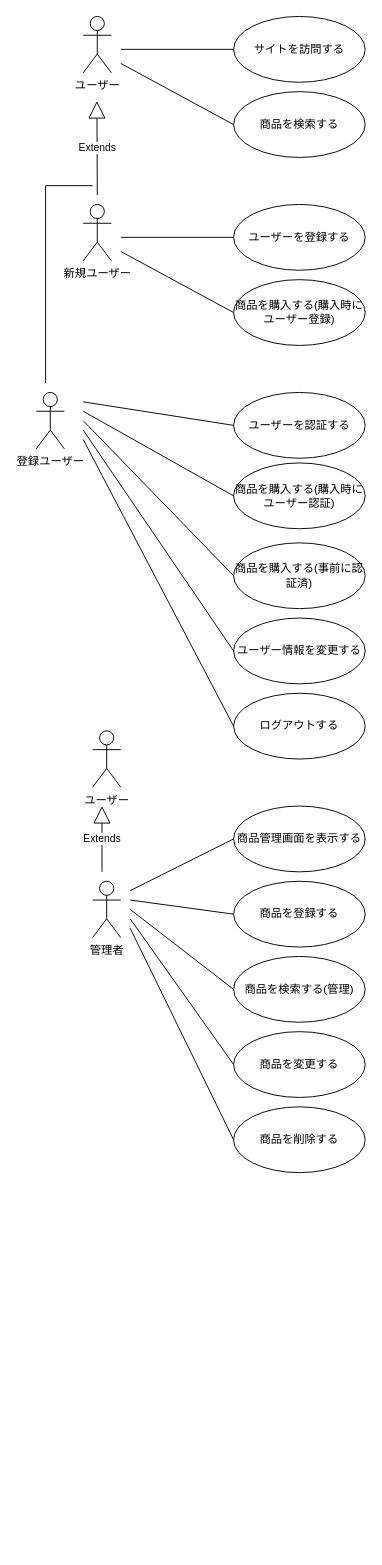
Earlier version of the draw.io diagram 02_概要設計書/ユースケース図/ユースケース図.dio (sealddr/SampleEC-doc). Source tidied: cells renumbered, new cells numbered last; positions are measured from the earlier drawing's top-left corner, leaving out a move shared by most shapes. Both pictures are drawn from the tidied source at 94%, with x=0, y=0 at pixel (36, 16).
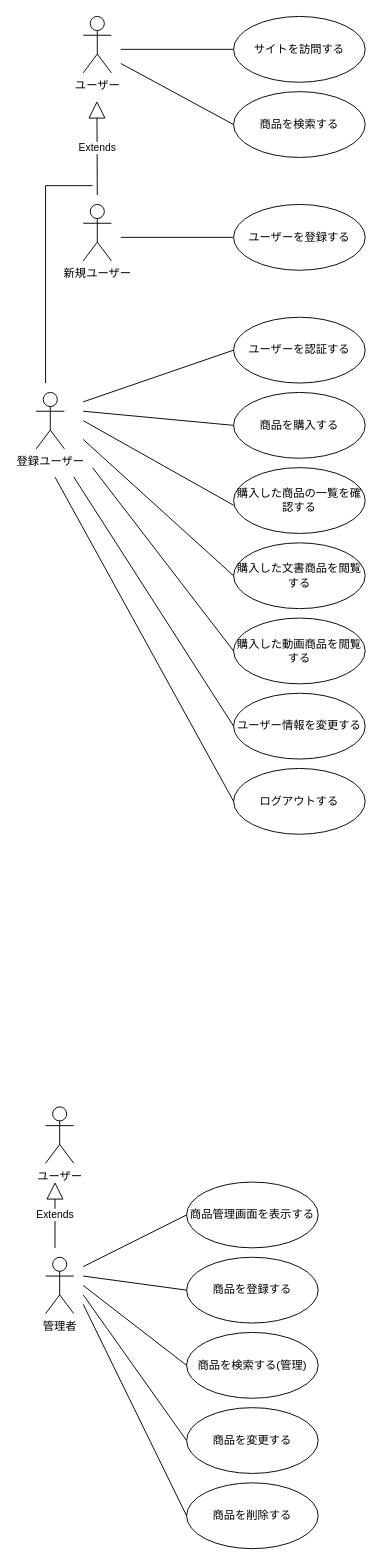
Above is the later version.

Commit message (it also covers changes not shown here):
Updated use case diagram

The edit, as a diff of the source:
```diff
@@
     <mxCell id="4" value="商品を登録する" style="ellipse;whiteSpace=wrap;html=1;" parent="1" vertex="1">
-      <mxGeometry x="210" y="920" width="140" height="70" as="geometry" />
+      <mxGeometry x="160" y="1320" width="140" height="70" as="geometry" />
     </mxCell>
@@
     <mxCell id="6" value="管理者" style="shape=umlActor;verticalLabelPosition=bottom;verticalAlign=top;html=1;" parent="1" vertex="1">
-      <mxGeometry x="60" y="920" width="30" height="60" as="geometry" />
+      <mxGeometry x="10" y="1320" width="30" height="60" as="geometry" />
     </mxCell>
-    <mxCell id="7" value="商品を購入する(購入時にユーザー認証)" style="ellipse;whiteSpace=wrap;html=1;" parent="1" vertex="1">
-      <mxGeometry x="210" y="475" width="140" height="70" as="geometry" />
+    <mxCell id="7" value="商品を購入する" style="ellipse;whiteSpace=wrap;html=1;" parent="1" vertex="1">
+      <mxGeometry x="210" y="400" width="140" height="70" as="geometry" />
     </mxCell>
-    <mxCell id="8" value="商品を購入する(購入時にユーザー登録)" style="ellipse;whiteSpace=wrap;html=1;" parent="1" vertex="1">
-      <mxGeometry x="210" y="280" width="140" height="70" as="geometry" />
-    </mxCell>
@@
     <mxCell id="10" value="ユーザー情報を変更する" style="ellipse;whiteSpace=wrap;html=1;" parent="1" vertex="1">
-      <mxGeometry x="210" y="640" width="140" height="70" as="geometry" />
+      <mxGeometry x="210" y="720" width="140" height="70" as="geometry" />
     </mxCell>
@@
     <mxCell id="12" value="ログアウトする" style="ellipse;whiteSpace=wrap;html=1;" parent="1" vertex="1">
-      <mxGeometry x="210" y="720" width="140" height="70" as="geometry" />
+      <mxGeometry x="210" y="800" width="140" height="70" as="geometry" />
     </mxCell>
@@
     <mxCell id="14" value="ユーザーを認証する" style="ellipse;whiteSpace=wrap;html=1;" parent="1" vertex="1">
-      <mxGeometry x="210" y="400" width="140" height="70" as="geometry" />
+      <mxGeometry x="210" y="320" width="140" height="70" as="geometry" />
     </mxCell>
-    <mxCell id="15" value="商品を購入する(事前に認証済)" style="ellipse;whiteSpace=wrap;html=1;" parent="1" vertex="1">
-      <mxGeometry x="210" y="560" width="140" height="70" as="geometry" />
-    </mxCell>
@@
-    <mxCell id="20" style="endArrow=none;html=1;entryX=0;entryY=0.5;entryDx=0;entryDy=0;" parent="1" edge="1" target="8">
-      <mxGeometry relative="1" as="geometry">
-        <mxPoint x="90" y="250" as="sourcePoint" />
-      </mxGeometry>
-    </mxCell>
@@
-    <mxCell id="23" style="endArrow=none;html=1;entryX=0;entryY=0.5;entryDx=0;entryDy=0;" parent="1" edge="1" target="15">
+    <mxCell id="23" style="endArrow=none;html=1;" parent="1" edge="1">
       <mxGeometry relative="1" as="geometry">
         <mxPoint x="50" y="430" as="sourcePoint" />
+        <mxPoint x="210" y="520" as="targetPoint" />
       </mxGeometry>
     </mxCell>
     <mxCell id="24" style="endArrow=none;html=1;entryX=0;entryY=0.5;entryDx=0;entryDy=0;" parent="1" edge="1" target="10">
       <mxGeometry relative="1" as="geometry">
-        <mxPoint x="50" y="440" as="sourcePoint" />
+        <mxPoint x="40" y="490" as="sourcePoint" />
       </mxGeometry>
     </mxCell>
     <mxCell id="25" style="endArrow=none;html=1;entryX=0;entryY=0.5;entryDx=0;entryDy=0;" parent="1" edge="1" target="12">
       <mxGeometry relative="1" as="geometry">
-        <mxPoint x="50" y="450" as="sourcePoint" />
+        <mxPoint x="20" y="490" as="sourcePoint" />
       </mxGeometry>
     </mxCell>
     <mxCell id="26" style="endArrow=none;html=1;entryX=0;entryY=0.5;entryDx=0;entryDy=0;" parent="1" edge="1" target="4">
       <mxGeometry relative="1" as="geometry">
-        <mxPoint x="100" y="940" as="sourcePoint" />
+        <mxPoint x="50" y="1340" as="sourcePoint" />
       </mxGeometry>
     </mxCell>
@@
     <mxCell id="29" value="商品を変更する" style="ellipse;whiteSpace=wrap;html=1;" parent="1" vertex="1">
-      <mxGeometry x="210" y="1080" width="140" height="70" as="geometry" />
+      <mxGeometry x="160" y="1480" width="140" height="70" as="geometry" />
     </mxCell>
     <mxCell id="30" value="商品を削除する" style="ellipse;whiteSpace=wrap;html=1;" parent="1" vertex="1">
-      <mxGeometry x="210" y="1160" width="140" height="70" as="geometry" />
+      <mxGeometry x="160" y="1560" width="140" height="70" as="geometry" />
     </mxCell>
     <mxCell id="31" style="endArrow=none;html=1;entryX=0;entryY=0.5;entryDx=0;entryDy=0;" parent="1" edge="1" target="29">
       <mxGeometry relative="1" as="geometry">
-        <mxPoint x="100" y="960" as="sourcePoint" />
+        <mxPoint x="50" y="1360" as="sourcePoint" />
       </mxGeometry>
     </mxCell>
     <mxCell id="32" style="endArrow=none;html=1;entryX=0;entryY=0.5;entryDx=0;entryDy=0;" parent="1" edge="1" target="30">
       <mxGeometry relative="1" as="geometry">
-        <mxPoint x="100" y="970" as="sourcePoint" />
+        <mxPoint x="50" y="1370" as="sourcePoint" />
       </mxGeometry>
     </mxCell>
     <mxCell id="33" value="商品を検索する(管理)" style="ellipse;whiteSpace=wrap;html=1;" parent="1" vertex="1">
-      <mxGeometry x="210" y="1000" width="140" height="70" as="geometry" />
+      <mxGeometry x="160" y="1400" width="140" height="70" as="geometry" />
     </mxCell>
     <mxCell id="34" style="endArrow=none;html=1;entryX=0;entryY=0.5;entryDx=0;entryDy=0;" parent="1" edge="1" target="33">
       <mxGeometry relative="1" as="geometry">
-        <mxPoint x="100" y="950" as="sourcePoint" />
+        <mxPoint x="50" y="1350" as="sourcePoint" />
       </mxGeometry>
     </mxCell>
     <mxCell id="35" value="ユーザー" style="shape=umlActor;verticalLabelPosition=bottom;verticalAlign=top;html=1;" parent="1" vertex="1">
-      <mxGeometry x="60" y="760" width="30" height="60" as="geometry" />
+      <mxGeometry x="10" y="1160" width="30" height="60" as="geometry" />
     </mxCell>
     <mxCell id="36" value="Extends" style="endArrow=block;endSize=16;endFill=0;html=1;" parent="1" edge="1">
       <mxGeometry relative="1" as="geometry">
-        <mxPoint x="70" y="910" as="sourcePoint" />
-        <mxPoint x="70" y="840" as="targetPoint" />
+        <mxPoint x="20" y="1310" as="sourcePoint" />
+        <mxPoint x="20" y="1240" as="targetPoint" />
       </mxGeometry>
     </mxCell>
     <mxCell id="37" value="商品管理画面を表示する" style="ellipse;whiteSpace=wrap;html=1;" parent="1" vertex="1">
-      <mxGeometry x="210" y="840" width="140" height="70" as="geometry" />
+      <mxGeometry x="160" y="1240" width="140" height="70" as="geometry" />
     </mxCell>
     <mxCell id="38" style="endArrow=none;html=1;entryX=0;entryY=0.5;entryDx=0;entryDy=0;" parent="1" edge="1" target="37">
       <mxGeometry relative="1" as="geometry">
-        <mxPoint x="100" y="930" as="sourcePoint" />
+        <mxPoint x="50" y="1330" as="sourcePoint" />
       </mxGeometry>
     </mxCell>
+    <mxCell id="39" value="購入した商品の一覧を確認する" style="ellipse;whiteSpace=wrap;html=1;" parent="1" vertex="1">
+      <mxGeometry x="210" y="480" width="140" height="70" as="geometry" />
+    </mxCell>
+    <mxCell id="40" value="購入した文書商品を閲覧する" style="ellipse;whiteSpace=wrap;html=1;" parent="1" vertex="1">
+      <mxGeometry x="210" y="560" width="140" height="70" as="geometry" />
+    </mxCell>
+    <mxCell id="41" value="購入した動画商品を閲覧する" style="ellipse;whiteSpace=wrap;html=1;" parent="1" vertex="1">
+      <mxGeometry x="210" y="640" width="140" height="70" as="geometry" />
+    </mxCell>
+    <mxCell id="42" style="endArrow=none;html=1;entryX=0;entryY=0.5;entryDx=0;entryDy=0;" parent="1" edge="1" target="40">
+      <mxGeometry relative="1" as="geometry">
+        <mxPoint x="50" y="450" as="sourcePoint" />
+      </mxGeometry>
+    </mxCell>
+    <mxCell id="43" style="endArrow=none;html=1;entryX=0;entryY=0.5;entryDx=0;entryDy=0;" parent="1" edge="1" target="41">
+      <mxGeometry relative="1" as="geometry">
+        <mxPoint x="60" y="480" as="sourcePoint" />
+      </mxGeometry>
+    </mxCell>
```
